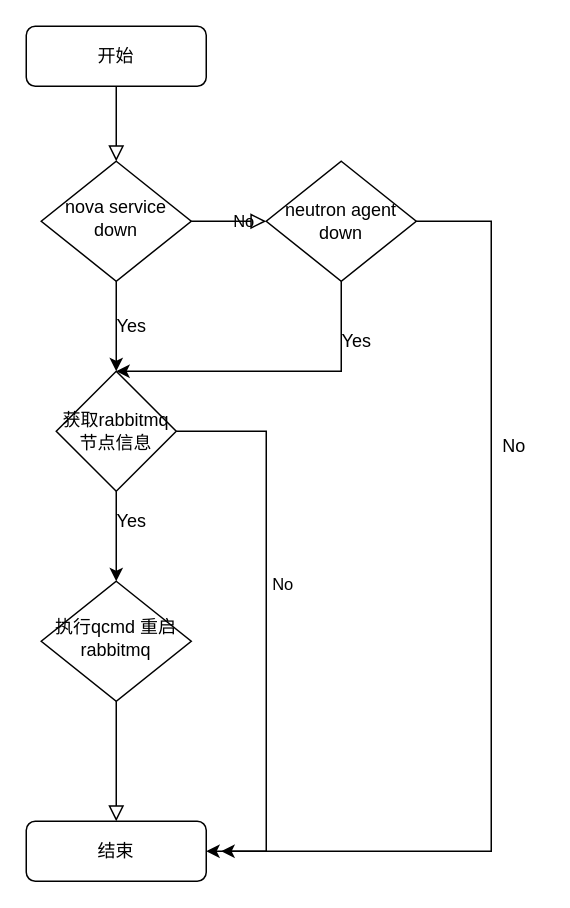
Earlier version of the draw.io diagram 未命名绘图.drawio (mauricewei/flowchart). Source tidied: cells renumbered, new cells numbered last; positions are measured from the earlier drawing's top-left corner, leaving out a move shared by most shapes. Both pictures are drawn from the tidied source at 150%, with x=0, y=0 at pixel (26, 26).
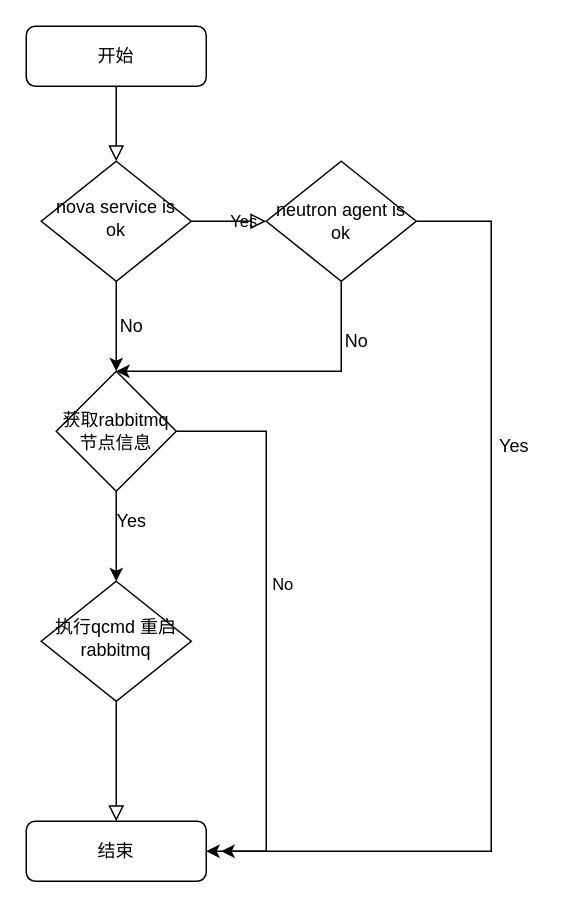
The same page after the edit.

Commit message:
更新未命名绘图.drawio

Diff of the diagram source:
```diff
@@
-    <mxCell id="4" value="No" style="edgeStyle=orthogonalEdgeStyle;rounded=0;html=1;jettySize=auto;fontSize=11;endArrow=block;endFill=0;endSize=8;strokeWidth=1;shadow=0;labelBackgroundColor=none;" parent="1" edge="1" source="6">
+    <mxCell id="4" value="Yes" style="edgeStyle=orthogonalEdgeStyle;rounded=0;html=1;jettySize=auto;fontSize=11;endArrow=block;endFill=0;endSize=8;strokeWidth=1;shadow=0;labelBackgroundColor=none;" parent="1" edge="1" source="6">
       <mxGeometry y="10" relative="1" as="geometry">
         <mxPoint x="160" y="130" as="targetPoint" />
       </mxGeometry>
     </mxCell>
@@
-    <mxCell id="6" value="nova service down" style="rhombus;whiteSpace=wrap;html=1;shadow=0;fontFamily=Helvetica;fontSize=12;align=center;strokeWidth=1;spacing=6;spacingTop=-4;" parent="1" vertex="1">
+    <mxCell id="6" value="nova service is ok" style="rhombus;whiteSpace=wrap;html=1;shadow=0;fontFamily=Helvetica;fontSize=12;align=center;strokeWidth=1;spacing=6;spacingTop=-4;" parent="1" vertex="1">
       <mxGeometry x="10" y="90" width="100" height="80" as="geometry" />
     </mxCell>
@@
-    <mxCell id="12" value="&lt;span&gt;neutron agent down&lt;/span&gt;" style="rhombus;whiteSpace=wrap;html=1;" parent="1" vertex="1">
+    <mxCell id="12" value="&lt;span&gt;neutron agent is ok&lt;br&gt;&lt;/span&gt;" style="rhombus;whiteSpace=wrap;html=1;" parent="1" vertex="1">
       <mxGeometry x="160" y="90" width="100" height="80" as="geometry" />
     </mxCell>
-    <mxCell id="13" value="No" style="text;html=1;align=center;verticalAlign=middle;strokeColor=none;fillColor=none;" parent="1" vertex="1">
-      <mxGeometry x="310" y="270" width="30" height="20" as="geometry" />
+    <mxCell id="13" value="Yes" style="text;html=1;align=center;verticalAlign=middle;strokeColor=none;fillColor=none;" parent="1" vertex="1">
+      <mxGeometry x="305" y="265" width="40" height="30" as="geometry" />
     </mxCell>
-    <mxCell id="14" value="Yes" style="text;html=1;align=center;verticalAlign=middle;strokeColor=none;fillColor=none;" parent="1" vertex="1">
-      <mxGeometry x="200" y="200" width="40" height="20" as="geometry" />
+    <mxCell id="14" value="No" style="text;html=1;align=center;verticalAlign=middle;strokeColor=none;fillColor=none;" parent="1" vertex="1">
+      <mxGeometry x="200" y="195" width="40" height="30" as="geometry" />
     </mxCell>
@@
-    <mxCell id="19" value="Yes" style="text;html=1;align=center;verticalAlign=middle;strokeColor=none;fillColor=none;" parent="1" vertex="1">
-      <mxGeometry x="50" y="190" width="40" height="20" as="geometry" />
+    <mxCell id="19" value="No" style="text;html=1;align=center;verticalAlign=middle;strokeColor=none;fillColor=none;" parent="1" vertex="1">
+      <mxGeometry x="50" y="185" width="40" height="30" as="geometry" />
     </mxCell>
```
